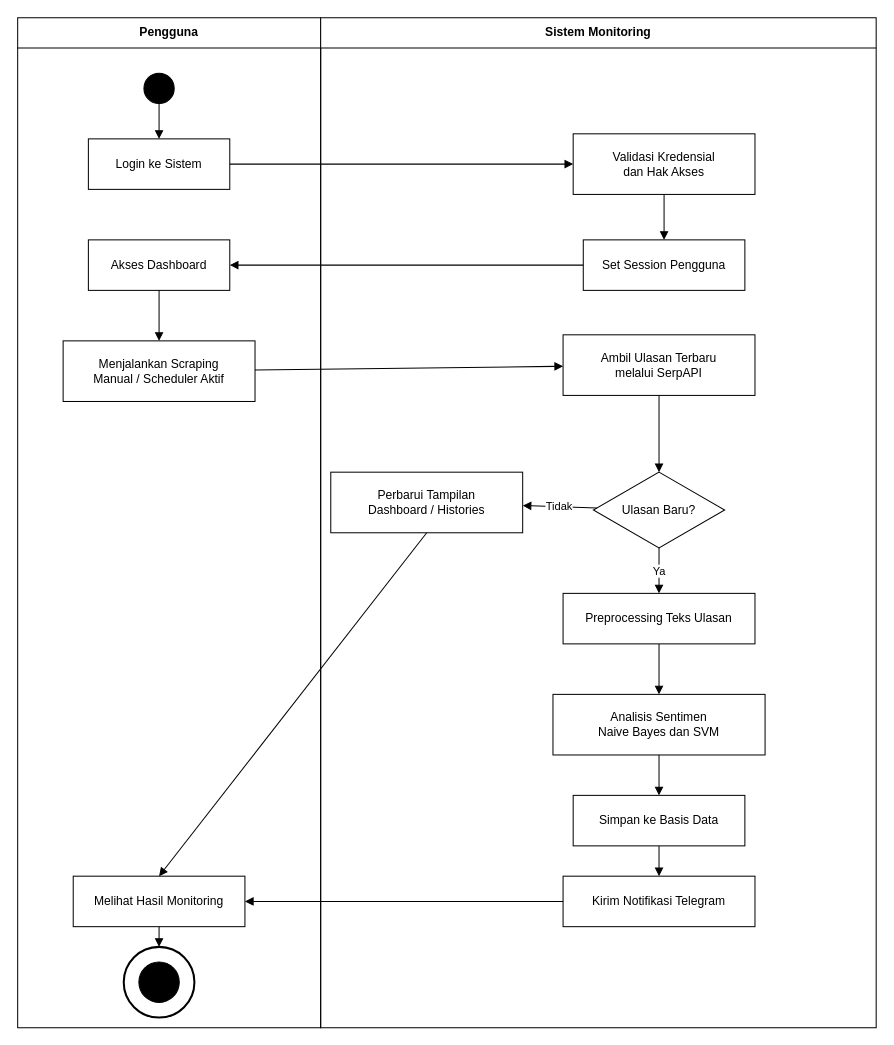
Before: drawio/activity.drawio in RinaldiHamzah/system-sentiment-monitoring-reviews, a draw.io diagram. Source tidied: cells renumbered, new cells numbered last; positions are measured from the earlier drawing's top-left corner, leaving out a move shared by most shapes. Both pictures are drawn from the tidied source at 101%, with x=0, y=0 at pixel (17, 17).
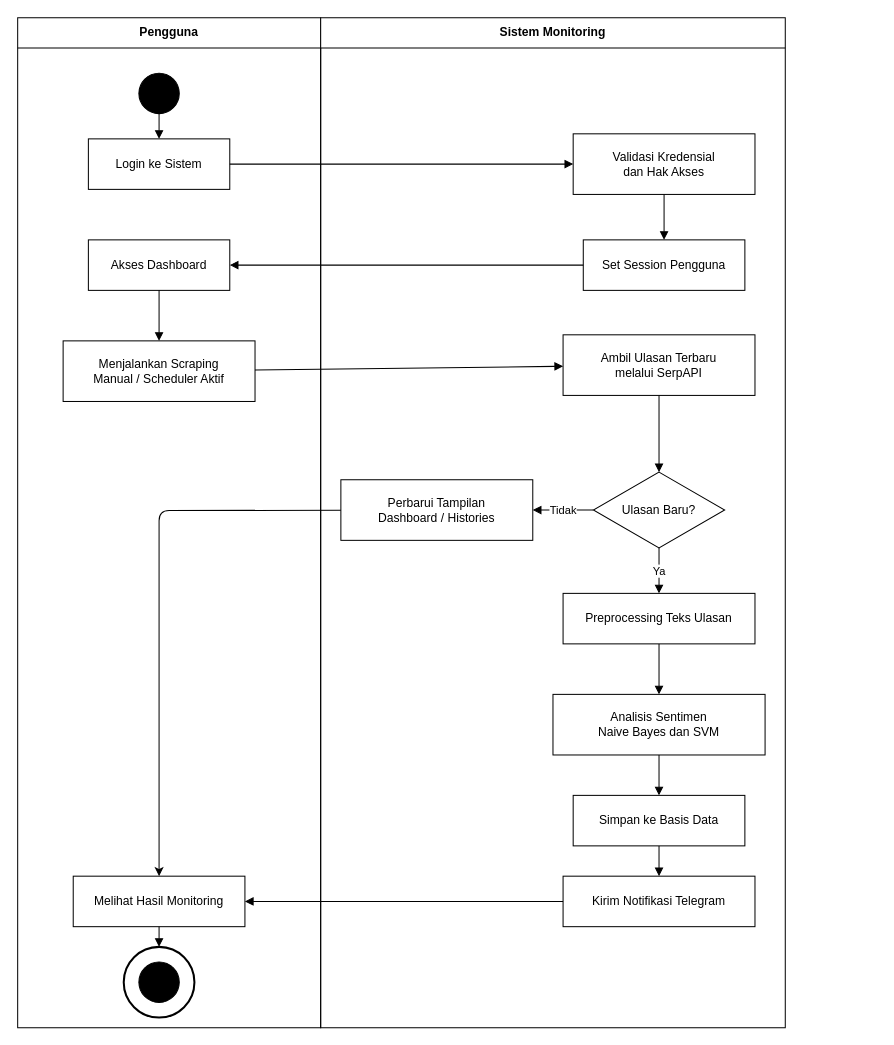
After the change.

Unchanged cells that the change refers to:
```xml
<mxCell id="2" value="Pengguna" style="swimlane;whiteSpace=wrap;html=1;startSize=30;" parent="1" vertex="1">
  <mxGeometry width="300" height="1000" as="geometry" />
</mxCell>
<mxCell id="7" value="Melihat Hasil Monitoring" style="whiteSpace=wrap;html=1;" parent="2" vertex="1">
  <mxGeometry x="55" y="850" width="170" height="50" as="geometry" />
</mxCell>
```

Change to the diagram source:
```diff
@@
     <mxCell id="3" style="ellipse;whiteSpace=wrap;html=1;fillColor=#000000;strokeColor=#000000;" parent="2" vertex="1">
-      <mxGeometry x="125" y="55" width="30" height="30" as="geometry" />
+      <mxGeometry x="120" y="55" width="40" height="40" as="geometry" />
     </mxCell>
@@
     <mxCell id="10" value="Sistem Monitoring" style="swimlane;whiteSpace=wrap;html=1;startSize=30;" parent="1" vertex="1">
-      <mxGeometry x="300" width="550" height="1000" as="geometry" />
+      <mxGeometry x="300" width="460" height="1000" as="geometry" />
     </mxCell>
@@
     <mxCell id="15" value="Perbarui Tampilan&#10;Dashboard / Histories" style="whiteSpace=wrap;html=1;" parent="10" vertex="1">
-      <mxGeometry x="10" y="450" width="190" height="60" as="geometry" />
+      <mxGeometry x="20" y="457.5" width="190" height="60" as="geometry" />
     </mxCell>
@@
-    <mxCell id="33" style="endArrow=block;html=1;entryX=0.5;entryY=0;entryDx=0;entryDy=0;exitX=0.5;exitY=1;exitDx=0;exitDy=0;" parent="1" edge="1" source="15" target="7">
-      <mxGeometry relative="1" as="geometry" />
-    </mxCell>
@@
+    <mxCell id="35" style="edgeStyle=none;html=1;" parent="1" edge="1" source="15">
+      <mxGeometry relative="1" as="geometry">
+        <mxPoint x="140" y="850" as="targetPoint" />
+        <Array as="points">
+          <mxPoint x="140" y="488" />
+        </Array>
+      </mxGeometry>
+    </mxCell>
```
